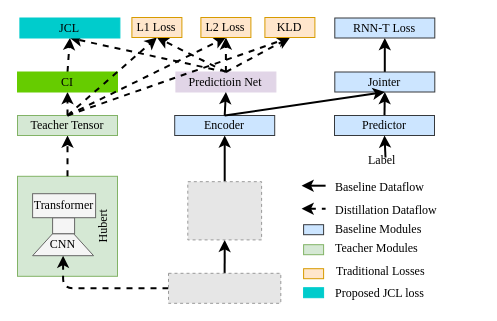
glynpu/Neural-Network-Architecture-Diagrams keeps this draw.io diagram as Copy of Untitled Diagram.drawio. Above is the earlier version. Source tidied: cells renumbered, new cells numbered last; positions are measured from the earlier drawing's top-left corner, leaving out a move shared by most shapes. Both pictures are drawn from the tidied source at 100%, with x=0, y=0 at pixel (17, 17). Pictures stored in the file or linked from it are replaced by grey dashed boxes.
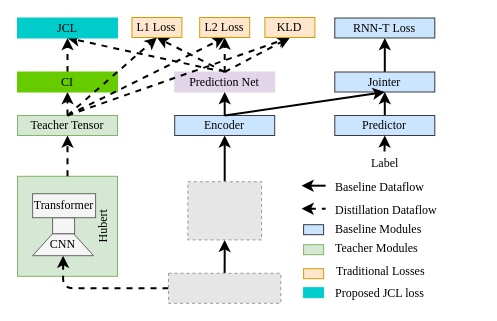
The same page after the edit.

The edit, as a diff of the source:
```diff
@@
-    <mxCell id="8" value="&lt;font color=&quot;#000000&quot;&gt;Predictioin Net&lt;/font&gt;" style="rounded=0;whiteSpace=wrap;html=1;fillColor=#e1d5e7;strokeColor=#E1D5E7;fontFamily=Times New Roman;" parent="1" vertex="1">
-      <mxGeometry x="158.4" y="54.5" width="100" height="20" as="geometry" />
+    <mxCell id="8" value="&lt;font color=&quot;#000000&quot;&gt;Prediction Net&lt;/font&gt;" style="rounded=0;whiteSpace=wrap;html=1;fillColor=#e1d5e7;strokeColor=#E1D5E7;fontFamily=Times New Roman;" parent="1" vertex="1">
+      <mxGeometry x="157.2" y="54.5" width="100" height="20" as="geometry" />
     </mxCell>
@@
     <mxCell id="10" value="&lt;font color=&quot;#000000&quot;&gt;Predictor&lt;/font&gt;" style="rounded=0;whiteSpace=wrap;html=1;fillColor=#cce5ff;strokeColor=#36393d;fontFamily=Times New Roman;" parent="1" vertex="1">
-      <mxGeometry x="317" y="98" width="100" height="20" as="geometry" />
+      <mxGeometry x="317.3" y="98" width="100" height="20" as="geometry" />
     </mxCell>
@@
     <mxCell id="33" value="&lt;font color=&quot;#000000&quot;&gt;JCL&lt;br&gt;&lt;/font&gt;" style="rounded=0;whiteSpace=wrap;html=1;fillColor=#00CCCC;strokeColor=#00CCCC;fontFamily=Times New Roman;" parent="1" vertex="1">
-      <mxGeometry x="2.4" y="0.5" width="100" height="20" as="geometry" />
+      <mxGeometry y="0.5" width="100" height="20" as="geometry" />
     </mxCell>
@@
     <mxCell id="41" value="&lt;font color=&quot;#000000&quot;&gt;L2 Loss&lt;br&gt;&lt;/font&gt;" style="rounded=0;whiteSpace=wrap;html=1;fillColor=#ffe6cc;strokeColor=#d79b00;fontFamily=Times New Roman;" parent="1" vertex="1">
-      <mxGeometry x="183.4" width="50" height="20" as="geometry" />
+      <mxGeometry x="182.2" width="50" height="20" as="geometry" />
     </mxCell>
@@
     <mxCell id="43" value="Label" style="text;html=1;strokeColor=none;fillColor=none;align=left;verticalAlign=middle;whiteSpace=wrap;rounded=0;fontFamily=Times New Roman;fontColor=#000000;" parent="1" vertex="1">
-      <mxGeometry x="348.5" y="132.8" width="37.5" height="19.5" as="geometry" />
+      <mxGeometry x="351.5" y="136" width="37.5" height="19.2" as="geometry" />
     </mxCell>
     <mxCell id="44" style="edgeStyle=none;html=1;entryX=0.5;entryY=1;entryDx=0;entryDy=0;fontFamily=Times New Roman;fontColor=#000000;strokeColor=#000000;strokeWidth=2;" parent="1" edge="1" target="10">
       <mxGeometry relative="1" as="geometry">
-        <mxPoint x="368" y="140" as="sourcePoint" />
+        <mxPoint x="367" y="134" as="sourcePoint" />
       </mxGeometry>
     </mxCell>
```
